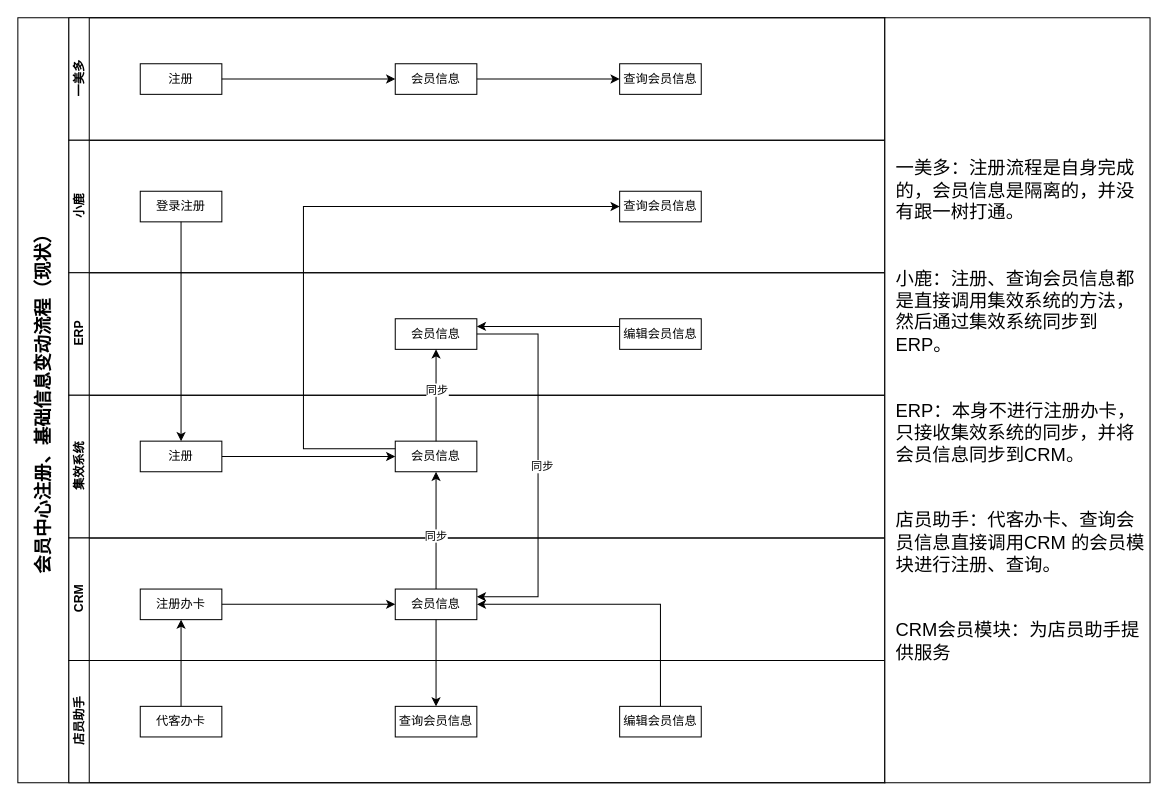
Before: page "Page-2" (2 of 5) of 会员.drawio in JustDoItHilary/HilarysTraining, a draw.io diagram. Source tidied: cells renumbered, new cells numbered last; positions are measured from the earlier drawing's top-left corner, leaving out a move shared by most shapes. Both pictures are drawn from the tidied source at 102%, with x=0, y=0 at pixel (17, 17).
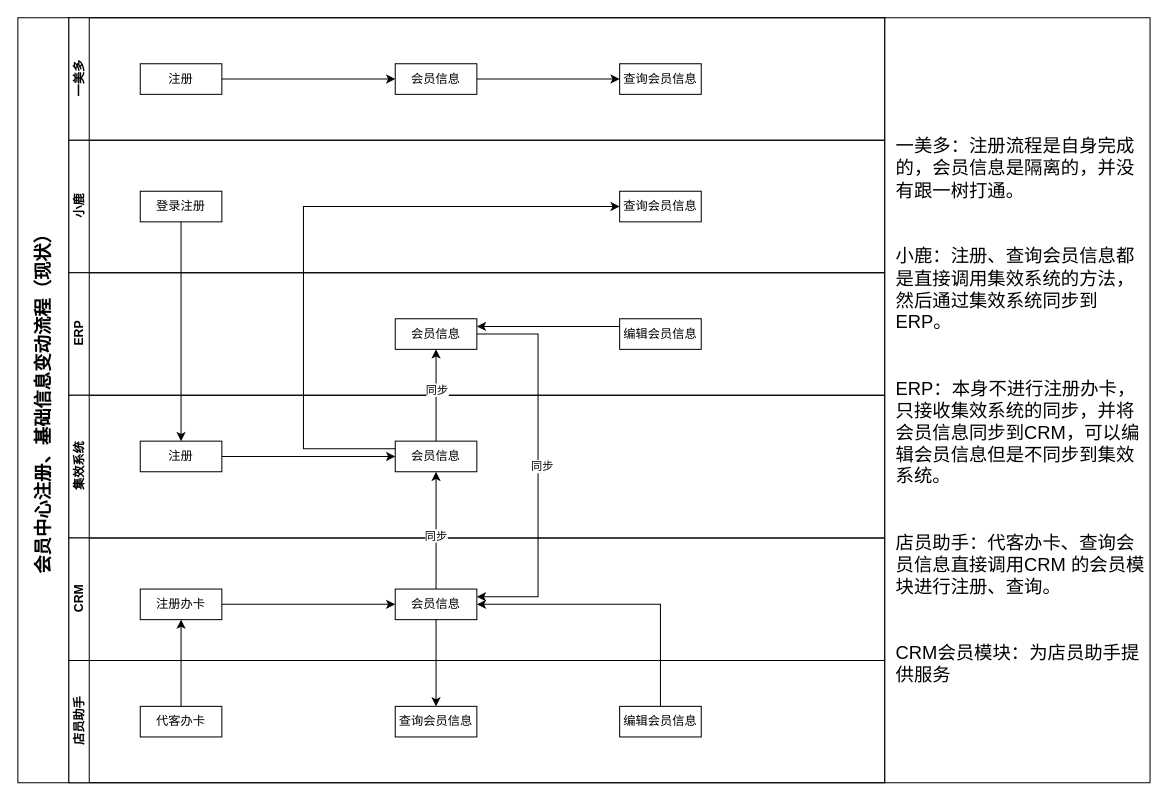
The same page after the edit.

The change refers to these unchanged cells:
```xml
<mxCell id="41" style="shape=partialRectangle;html=1;whiteSpace=wrap;fillColor=none;top=0;left=0;bottom=0;right=0;" parent="40" vertex="1">
  <mxGeometry width="260" height="750" as="geometry" />
</mxCell>
```

Diff of the diagram source:
```diff
@@
-    <mxCell id="42" value="&lt;font style=&quot;font-size: 18px&quot;&gt;&lt;br&gt;&lt;br&gt;&lt;br&gt;&lt;br&gt;&lt;/font&gt;&lt;p style=&quot;margin-top: 0pt ; margin-bottom: 0pt ; margin-left: 0in ; text-align: left ; direction: ltr ; unicode-bidi: embed ; word-break: normal ; font-size: 18px&quot;&gt;&lt;span style=&quot;font-family: &amp;#34;microsoft yahei&amp;#34; ; color: black&quot;&gt;&lt;font style=&quot;font-size: 18px&quot;&gt;一美多：注册流程是自身完成的，会员信息是隔离的，并没有跟一树打通。&lt;/font&gt;&lt;/span&gt;&lt;/p&gt;&lt;p style=&quot;margin-top: 0pt ; margin-bottom: 0pt ; margin-left: 0in ; text-align: left ; direction: ltr ; unicode-bidi: embed ; word-break: normal ; font-size: 18px&quot;&gt;&lt;span style=&quot;font-family: &amp;#34;microsoft yahei&amp;#34; ; color: black&quot;&gt;&lt;font style=&quot;font-size: 18px&quot;&gt;&lt;br&gt;&lt;/font&gt;&lt;/span&gt;&lt;/p&gt;&lt;font style=&quot;font-size: 18px&quot;&gt;&lt;br&gt;&lt;/font&gt;&lt;p style=&quot;margin-top: 0pt ; margin-bottom: 0pt ; margin-left: 0in ; text-align: left ; direction: ltr ; unicode-bidi: embed ; word-break: normal ; font-size: 18px&quot;&gt;&lt;/p&gt;&lt;p style=&quot;margin-top: 0pt ; margin-bottom: 0pt ; margin-left: 0in ; text-align: left ; direction: ltr ; unicode-bidi: embed ; word-break: normal ; font-size: 18px&quot;&gt;&lt;font style=&quot;font-size: 18px&quot;&gt;&lt;span style=&quot;font-family: &amp;#34;microsoft yahei&amp;#34; ; color: black&quot;&gt;小鹿：注册、查询会员信息都是直接调用集效系统的方法，然后通过集效系统同步到&lt;/span&gt;&lt;span style=&quot;font-family: &amp;#34;microsoft yahei&amp;#34; ; color: black&quot;&gt;ERP&lt;/span&gt;&lt;span style=&quot;font-family: &amp;#34;microsoft yahei&amp;#34; ; color: black&quot;&gt;。&lt;/span&gt;&lt;/font&gt;&lt;/p&gt;&lt;font style=&quot;font-size: 18px&quot;&gt;&lt;br&gt;&lt;/font&gt;&lt;p style=&quot;margin-top: 0pt ; margin-bottom: 0pt ; margin-left: 0in ; text-align: left ; direction: ltr ; unicode-bidi: embed ; word-break: normal ; font-size: 18px&quot;&gt;&lt;/p&gt;&lt;font style=&quot;font-size: 18px&quot;&gt;&lt;br&gt;&lt;/font&gt;&lt;p style=&quot;margin-top: 0pt ; margin-bottom: 0pt ; margin-left: 0in ; text-align: left ; direction: ltr ; unicode-bidi: embed ; word-break: normal ; font-size: 18px&quot;&gt;&lt;font style=&quot;font-size: 18px&quot;&gt;&lt;span style=&quot;font-family: &amp;#34;microsoft yahei&amp;#34; ; color: black&quot;&gt;ERP&lt;/span&gt;&lt;span style=&quot;font-family: &amp;#34;microsoft yahei&amp;#34; ; color: black&quot;&gt;：本身不进行注册办卡，只接收集效系统的同步，并将会员信息同步到&lt;/span&gt;&lt;span style=&quot;font-family: &amp;#34;microsoft yahei&amp;#34; ; color: black&quot;&gt;CRM&lt;/span&gt;&lt;span style=&quot;font-family: &amp;#34;microsoft yahei&amp;#34; ; color: black&quot;&gt;。&lt;/span&gt;&lt;/font&gt;&lt;/p&gt;&lt;font style=&quot;font-size: 18px&quot;&gt;&lt;br&gt;&lt;br&gt;&lt;/font&gt;&lt;p style=&quot;margin-top: 0pt ; margin-bottom: 0pt ; margin-left: 0in ; text-align: left ; direction: ltr ; unicode-bidi: embed ; word-break: normal ; font-size: 18px&quot;&gt;&lt;/p&gt;&lt;p style=&quot;margin-top: 0pt ; margin-bottom: 0pt ; margin-left: 0in ; text-align: left ; direction: ltr ; unicode-bidi: embed ; word-break: normal ; font-size: 18px&quot;&gt;&lt;font style=&quot;font-size: 18px&quot;&gt;&lt;span style=&quot;font-family: &amp;#34;microsoft yahei&amp;#34; ; color: black&quot;&gt;店员助手：代客办卡、查询会员信息直接调用&lt;/span&gt;&lt;span style=&quot;font-family: &amp;#34;microsoft yahei&amp;#34; ; color: black&quot;&gt;CRM&lt;/span&gt;&lt;span style=&quot;font-family: &amp;#34;microsoft yahei&amp;#34; ; color: black&quot;&gt; 的会员模块进行注册、查询。&lt;/span&gt;&lt;/font&gt;&lt;/p&gt;&lt;font style=&quot;font-size: 18px&quot;&gt;&lt;br&gt;&lt;br&gt;&lt;/font&gt;&lt;p style=&quot;margin-top: 0pt ; margin-bottom: 0pt ; margin-left: 0in ; text-align: left ; direction: ltr ; unicode-bidi: embed ; word-break: normal ; font-size: 18px&quot;&gt;&lt;/p&gt;&lt;p style=&quot;margin-top: 0pt ; margin-bottom: 0pt ; margin-left: 0in ; text-align: left ; direction: ltr ; unicode-bidi: embed ; word-break: normal ; font-size: 18px&quot;&gt;&lt;font style=&quot;font-size: 18px&quot;&gt;&lt;span style=&quot;font-family: &amp;#34;microsoft yahei&amp;#34; ; color: black&quot;&gt;CRM&lt;/span&gt;&lt;span style=&quot;font-family: &amp;#34;microsoft yahei&amp;#34; ; color: black&quot;&gt;会员模块：为店员助手提供服务&lt;/span&gt;&lt;/font&gt;&lt;/p&gt;&lt;font style=&quot;font-size: 18px&quot;&gt;&lt;br&gt;&lt;br&gt;&lt;br&gt;&lt;/font&gt;" style="shape=partialRectangle;html=1;whiteSpace=wrap;overflow=hidden;fillColor=none;top=0;left=0;bottom=0;right=0;spacingLeft=10;" parent="41" vertex="1">
+    <mxCell id="42" value="&lt;font style=&quot;font-size: 18px&quot;&gt;&lt;br&gt;&lt;br&gt;&lt;br&gt;&lt;br&gt;&lt;/font&gt;&lt;p style=&quot;margin-top: 0pt ; margin-bottom: 0pt ; margin-left: 0in ; text-align: left ; direction: ltr ; unicode-bidi: embed ; word-break: normal ; font-size: 18px&quot;&gt;&lt;span style=&quot;font-family: &amp;#34;microsoft yahei&amp;#34; ; color: black&quot;&gt;&lt;font style=&quot;font-size: 18px&quot;&gt;一美多：注册流程是自身完成的，会员信息是隔离的，并没有跟一树打通。&lt;/font&gt;&lt;/span&gt;&lt;/p&gt;&lt;p style=&quot;margin-top: 0pt ; margin-bottom: 0pt ; margin-left: 0in ; text-align: left ; direction: ltr ; unicode-bidi: embed ; word-break: normal ; font-size: 18px&quot;&gt;&lt;span style=&quot;font-family: &amp;#34;microsoft yahei&amp;#34; ; color: black&quot;&gt;&lt;font style=&quot;font-size: 18px&quot;&gt;&lt;br&gt;&lt;/font&gt;&lt;/span&gt;&lt;/p&gt;&lt;font style=&quot;font-size: 18px&quot;&gt;&lt;br&gt;&lt;/font&gt;&lt;p style=&quot;margin-top: 0pt ; margin-bottom: 0pt ; margin-left: 0in ; text-align: left ; direction: ltr ; unicode-bidi: embed ; word-break: normal ; font-size: 18px&quot;&gt;&lt;/p&gt;&lt;p style=&quot;margin-top: 0pt ; margin-bottom: 0pt ; margin-left: 0in ; text-align: left ; direction: ltr ; unicode-bidi: embed ; word-break: normal ; font-size: 18px&quot;&gt;&lt;font style=&quot;font-size: 18px&quot;&gt;&lt;span style=&quot;font-family: &amp;#34;microsoft yahei&amp;#34; ; color: black&quot;&gt;小鹿：注册、查询会员信息都是直接调用集效系统的方法，然后通过集效系统同步到&lt;/span&gt;&lt;span style=&quot;font-family: &amp;#34;microsoft yahei&amp;#34; ; color: black&quot;&gt;ERP&lt;/span&gt;&lt;span style=&quot;font-family: &amp;#34;microsoft yahei&amp;#34; ; color: black&quot;&gt;。&lt;/span&gt;&lt;/font&gt;&lt;/p&gt;&lt;font style=&quot;font-size: 18px&quot;&gt;&lt;br&gt;&lt;/font&gt;&lt;p style=&quot;margin-top: 0pt ; margin-bottom: 0pt ; margin-left: 0in ; text-align: left ; direction: ltr ; unicode-bidi: embed ; word-break: normal ; font-size: 18px&quot;&gt;&lt;/p&gt;&lt;font style=&quot;font-size: 18px&quot;&gt;&lt;br&gt;&lt;/font&gt;&lt;p style=&quot;margin-top: 0pt ; margin-bottom: 0pt ; margin-left: 0in ; text-align: left ; direction: ltr ; unicode-bidi: embed ; word-break: normal ; font-size: 18px&quot;&gt;&lt;font style=&quot;font-size: 18px&quot;&gt;&lt;span style=&quot;font-family: &amp;#34;microsoft yahei&amp;#34; ; color: black&quot;&gt;ERP&lt;/span&gt;&lt;span style=&quot;font-family: &amp;#34;microsoft yahei&amp;#34; ; color: black&quot;&gt;：本身不进行注册办卡，只接收集效系统的同步，并将会员信息同步到&lt;/span&gt;&lt;span style=&quot;font-family: &amp;#34;microsoft yahei&amp;#34; ; color: black&quot;&gt;CRM，可以编辑会员信息但是不同步到集效系统&lt;/span&gt;&lt;span style=&quot;font-family: &amp;#34;microsoft yahei&amp;#34; ; color: black&quot;&gt;。&lt;/span&gt;&lt;/font&gt;&lt;/p&gt;&lt;font style=&quot;font-size: 18px&quot;&gt;&lt;br&gt;&lt;br&gt;&lt;/font&gt;&lt;p style=&quot;margin-top: 0pt ; margin-bottom: 0pt ; margin-left: 0in ; text-align: left ; direction: ltr ; unicode-bidi: embed ; word-break: normal ; font-size: 18px&quot;&gt;&lt;/p&gt;&lt;p style=&quot;margin-top: 0pt ; margin-bottom: 0pt ; margin-left: 0in ; text-align: left ; direction: ltr ; unicode-bidi: embed ; word-break: normal ; font-size: 18px&quot;&gt;&lt;font style=&quot;font-size: 18px&quot;&gt;&lt;span style=&quot;font-family: &amp;#34;microsoft yahei&amp;#34; ; color: black&quot;&gt;店员助手：代客办卡、查询会员信息直接调用&lt;/span&gt;&lt;span style=&quot;font-family: &amp;#34;microsoft yahei&amp;#34; ; color: black&quot;&gt;CRM&lt;/span&gt;&lt;span style=&quot;font-family: &amp;#34;microsoft yahei&amp;#34; ; color: black&quot;&gt; 的会员模块进行注册、查询。&lt;/span&gt;&lt;/font&gt;&lt;/p&gt;&lt;font style=&quot;font-size: 18px&quot;&gt;&lt;br&gt;&lt;br&gt;&lt;/font&gt;&lt;p style=&quot;margin-top: 0pt ; margin-bottom: 0pt ; margin-left: 0in ; text-align: left ; direction: ltr ; unicode-bidi: embed ; word-break: normal ; font-size: 18px&quot;&gt;&lt;/p&gt;&lt;p style=&quot;margin-top: 0pt ; margin-bottom: 0pt ; margin-left: 0in ; text-align: left ; direction: ltr ; unicode-bidi: embed ; word-break: normal ; font-size: 18px&quot;&gt;&lt;font style=&quot;font-size: 18px&quot;&gt;&lt;span style=&quot;font-family: &amp;#34;microsoft yahei&amp;#34; ; color: black&quot;&gt;CRM&lt;/span&gt;&lt;span style=&quot;font-family: &amp;#34;microsoft yahei&amp;#34; ; color: black&quot;&gt;会员模块：为店员助手提供服务&lt;/span&gt;&lt;/font&gt;&lt;/p&gt;&lt;font style=&quot;font-size: 18px&quot;&gt;&lt;br&gt;&lt;br&gt;&lt;br&gt;&lt;/font&gt;" style="shape=partialRectangle;html=1;whiteSpace=wrap;overflow=hidden;fillColor=none;top=0;left=0;bottom=0;right=0;spacingLeft=10;" parent="41" vertex="1">
       <mxGeometry width="260" height="750" as="geometry" />
     </mxCell>
```
